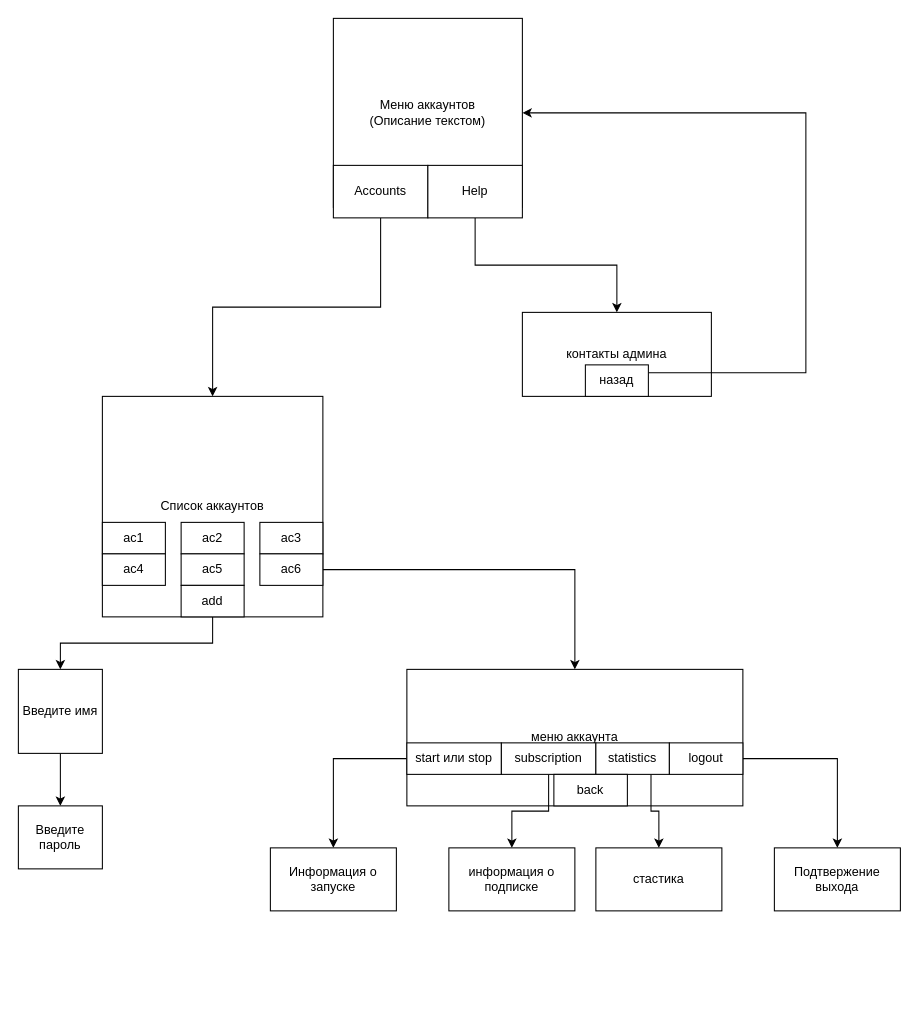
Gmihtt/Inst keeps this draw.io diagram as page "User Menu" (1 of 2) of app/Untitled Diagram.drawio. Above is the earlier version. Source tidied: cells renumbered, new cells numbered last; positions are measured from the earlier drawing's top-left corner, leaving out a move shared by most shapes. Both pictures are drawn from the tidied source at 105%, with x=0, y=0 at pixel (18, 18).
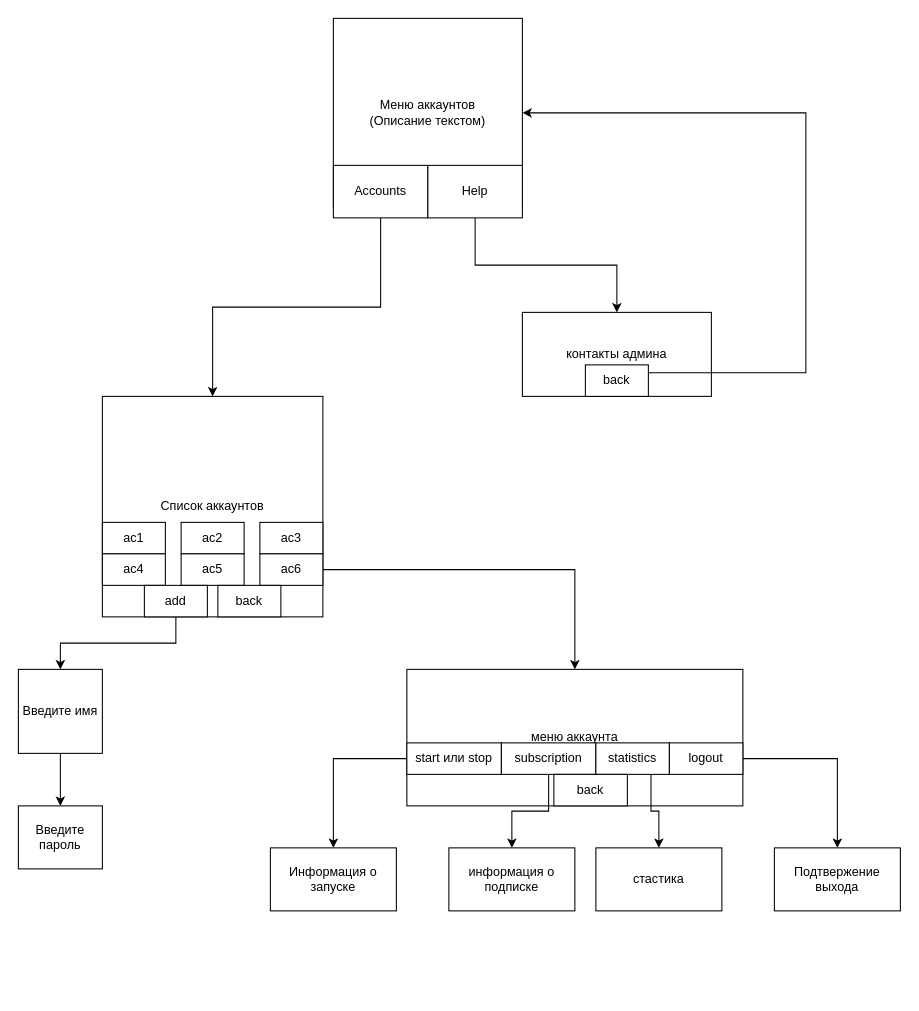
The same page after the edit.

Change to the diagram source:
```diff
@@
     <mxCell id="16" value="add" style="rounded=0;whiteSpace=wrap;html=1;" parent="1" vertex="1">
-      <mxGeometry x="155" y="540" width="60" height="30" as="geometry" />
+      <mxGeometry x="120" y="540" width="60" height="30" as="geometry" />
     </mxCell>
@@
-    <mxCell id="19" value="назад" style="rounded=0;whiteSpace=wrap;html=1;" parent="1" vertex="1">
+    <mxCell id="19" value="back" style="rounded=0;whiteSpace=wrap;html=1;" parent="1" vertex="1">
       <mxGeometry x="540" y="330" width="60" height="30" as="geometry" />
     </mxCell>
@@
+    <mxCell id="38" value="back" style="rounded=0;whiteSpace=wrap;html=1;" parent="1" vertex="1">
+      <mxGeometry x="190" y="540" width="60" height="30" as="geometry" />
+    </mxCell>
```
